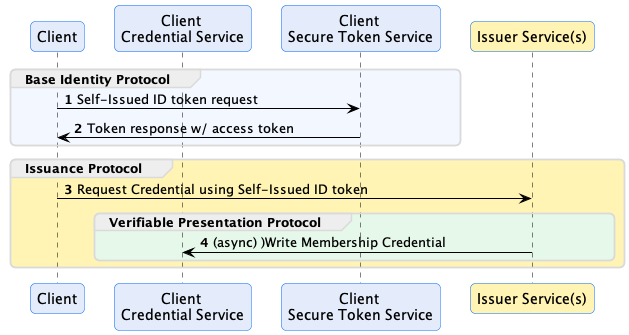
eclipse-tractusx/ssi-docu keeps this PlantUML diagram as specifications/M1/issuance.flow.png. Above is the earlier version. Its source is kept beside it as specifications/M1/issuance.flow.puml.
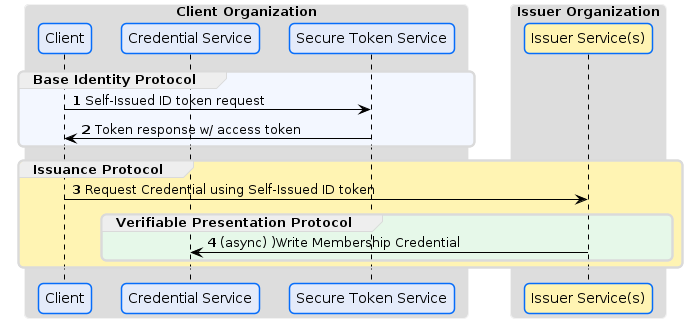
After the change.

Commit message:
Clarify the logical (organization) structure

Change to the diagram source:
```diff
@@ -5,10 +5,15 @@
 
 autonumber
 
+box "Client Organization"
 participant "Client" as C
-participant "Client \nCredential Service" as CS
-participant "Client \nSecure Token Service" as STS
+participant "Credential Service" as CS
+participant "Secure Token Service" as STS
+end box
+
+box "Issuer Organization"
 participant "Issuer Service(s)" as IS #FFF4B3
+end box
 
 group #F3F7FF Base Identity Protocol
 C -> STS: Self-Issued ID token request
```
